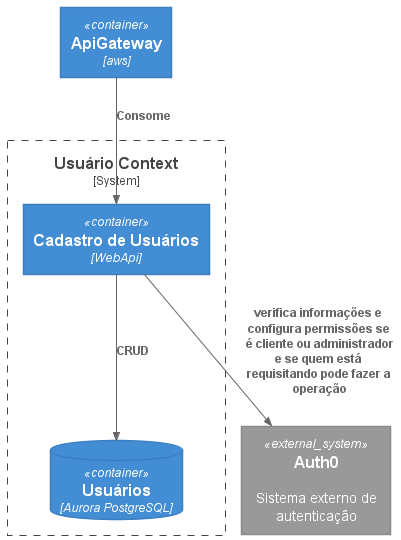
Before: img/UsuarioContext.png, a diagram exported from PlantUML (andrearima/infnet-arquitetura-microservicos).
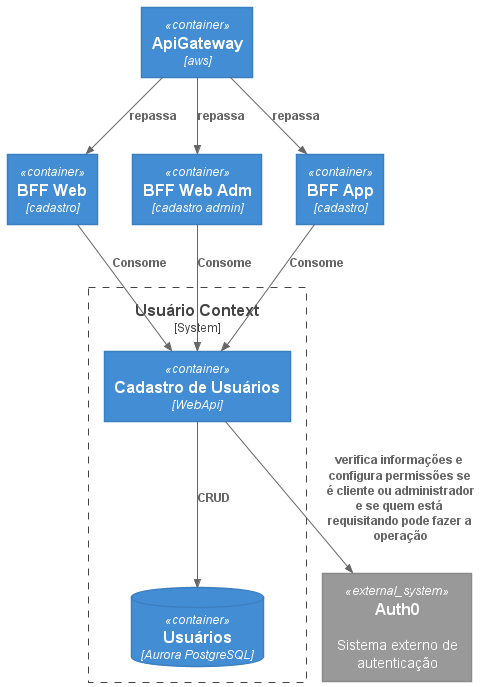
Later version of the same file.

What changed in the source:
```diff
@@ -5,6 +5,17 @@
 AddRelTag("async", $lineStyle = DashedLine())
 
 System_Ext(authentication,"Auth0","Sistema externo de autenticação")
+Container(apiGateway, "ApiGateway","aws")
+Container(bffWeb, "BFF Web","cadastro"){
+    Rel(apiGateway, bffWeb, "repassa")
+}
+Container(bffWebAdm, "BFF Web Adm","cadastro admin"){
+    Rel(apiGateway, bffWebAdm, "repassa")
+}
+Container(bffApp, "BFF App","cadastro"){
+    Rel(apiGateway, bffApp, "repassa")
+}
+
 Container(apiGateway, "ApiGateway","aws")
 System_Boundary(usuarioContext, "Usuário Context"){
     Container(usuario, "Cadastro de Usuários", "WebApi"){
@@ -14,7 +25,9 @@
         Rel(usuario, usuarioDb, "CRUD")
     }
 
-    Rel(apiGateway, usuario, "Consome")
+    Rel(bffWebAdm, usuario, "Consome")
+    Rel(bffWeb, usuario, "Consome")
+    Rel(bffApp, usuario, "Consome")
 }
 
 @enduml
```
